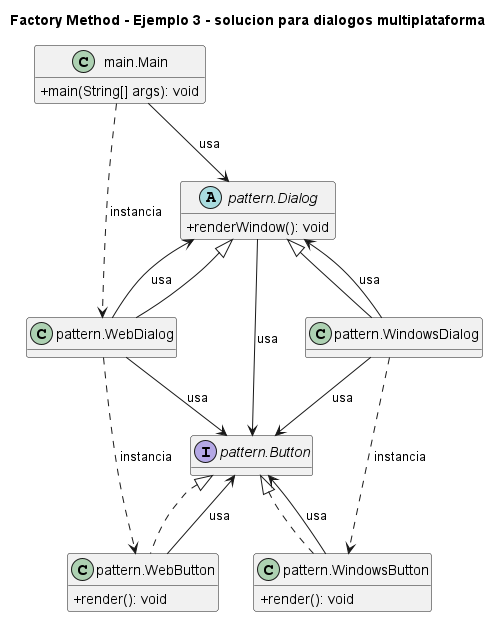
Above: 1. Creacionales/Factory Method/Ejemplo 3 - solucion para dialogos multiplataforma/UML.png in NicoCG32/Patrones-de-Software-y-Programacion-UCN (PlantUML), before the change.
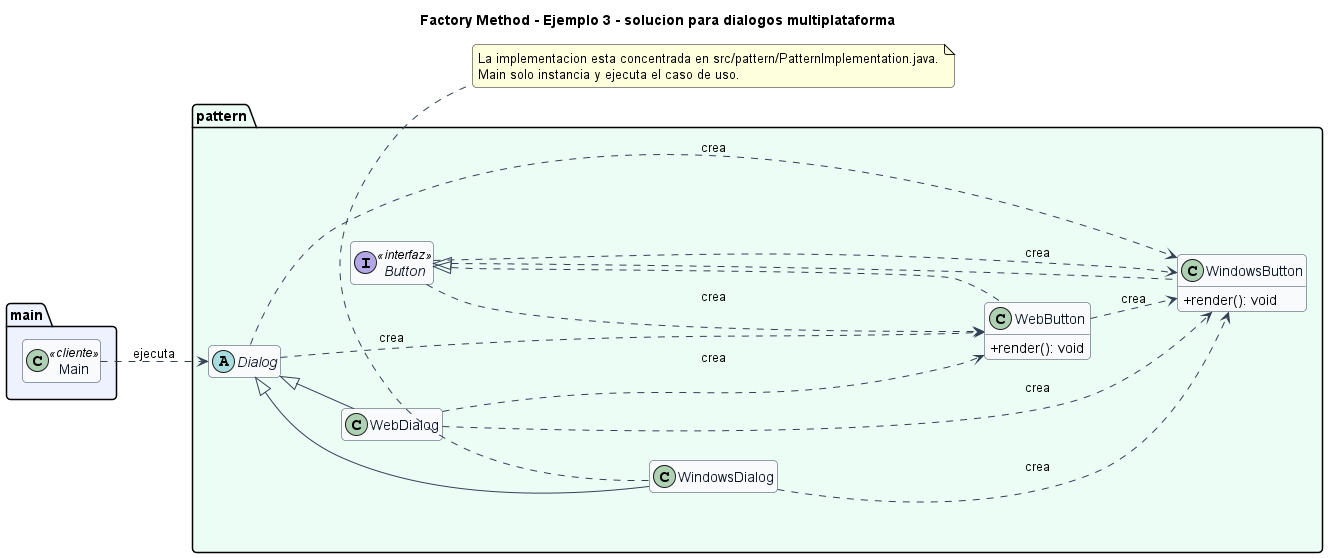
The same file after the commit.

The edit, as a diff of the source:
```diff
@@ -1,38 +1,55 @@
 @startuml
 title Factory Method - Ejemplo 3 - solucion para dialogos multiplataforma
+left to right direction
+skinparam backgroundColor #FFFFFF
+skinparam shadowing false
+skinparam roundcorner 8
 skinparam classAttributeIconSize 0
-hide empty fields
-class "main.Main" as main_Main {
-  +main(String[] args): void
+skinparam class {
+  BackgroundColor #F8FAFC
+  BorderColor #334155
+  ArrowColor #334155
+  FontColor #0F172A
 }
-interface "pattern.Button" as pattern_Button {
+hide empty members
+
+package "main" #EEF2FF {
+  class Main <<cliente>>
 }
-abstract class "pattern.Dialog" as pattern_Dialog {
-  +renderWindow(): void
+
+package "pattern" #ECFDF5 {
+  interface Button <<interfaz>> {
+  }
+  abstract class Dialog {
+  }
+  class WebButton {
+    +render(): void
+  }
+  class WebDialog {
+  }
+  class WindowsButton {
+    +render(): void
+  }
+  class WindowsDialog {
+  }
 }
-class "pattern.WebButton" as pattern_WebButton {
-  +render(): void
-}
-class "pattern.WebDialog" as pattern_WebDialog {
-}
-class "pattern.WindowsButton" as pattern_WindowsButton {
-  +render(): void
-}
-class "pattern.WindowsDialog" as pattern_WindowsDialog {
-}
-pattern_Button <|.. pattern_WebButton
-pattern_Dialog <|-- pattern_WebDialog
-pattern_Button <|.. pattern_WindowsButton
-pattern_Dialog <|-- pattern_WindowsDialog
-main_Main --> pattern_Dialog : usa
-main_Main ..> pattern_WebDialog : instancia
-pattern_Dialog --> pattern_Button : usa
-pattern_WebButton --> pattern_Button : usa
-pattern_WebDialog --> pattern_Button : usa
-pattern_WebDialog --> pattern_Dialog : usa
-pattern_WebDialog ..> pattern_WebButton : instancia
-pattern_WindowsButton --> pattern_Button : usa
-pattern_WindowsDialog --> pattern_Button : usa
-pattern_WindowsDialog --> pattern_Dialog : usa
-pattern_WindowsDialog ..> pattern_WindowsButton : instancia
+
+Button <|.. WebButton
+Dialog <|-- WebDialog
+Button <|.. WindowsButton
+Dialog <|-- WindowsDialog
+Button ..> WebButton : crea
+Button ..> WindowsButton : crea
+Dialog ..> WebButton : crea
+Dialog ..> WindowsButton : crea
+WebButton ..> WindowsButton : crea
+WebDialog ..> WebButton : crea
+WebDialog ..> WindowsButton : crea
+WindowsDialog ..> WindowsButton : crea
+Main ..> Dialog : ejecuta
+
+note bottom
+La implementacion esta concentrada en src/pattern/PatternImplementation.java.
+Main solo instancia y ejecuta el caso de uso.
+end note
 @enduml
```
